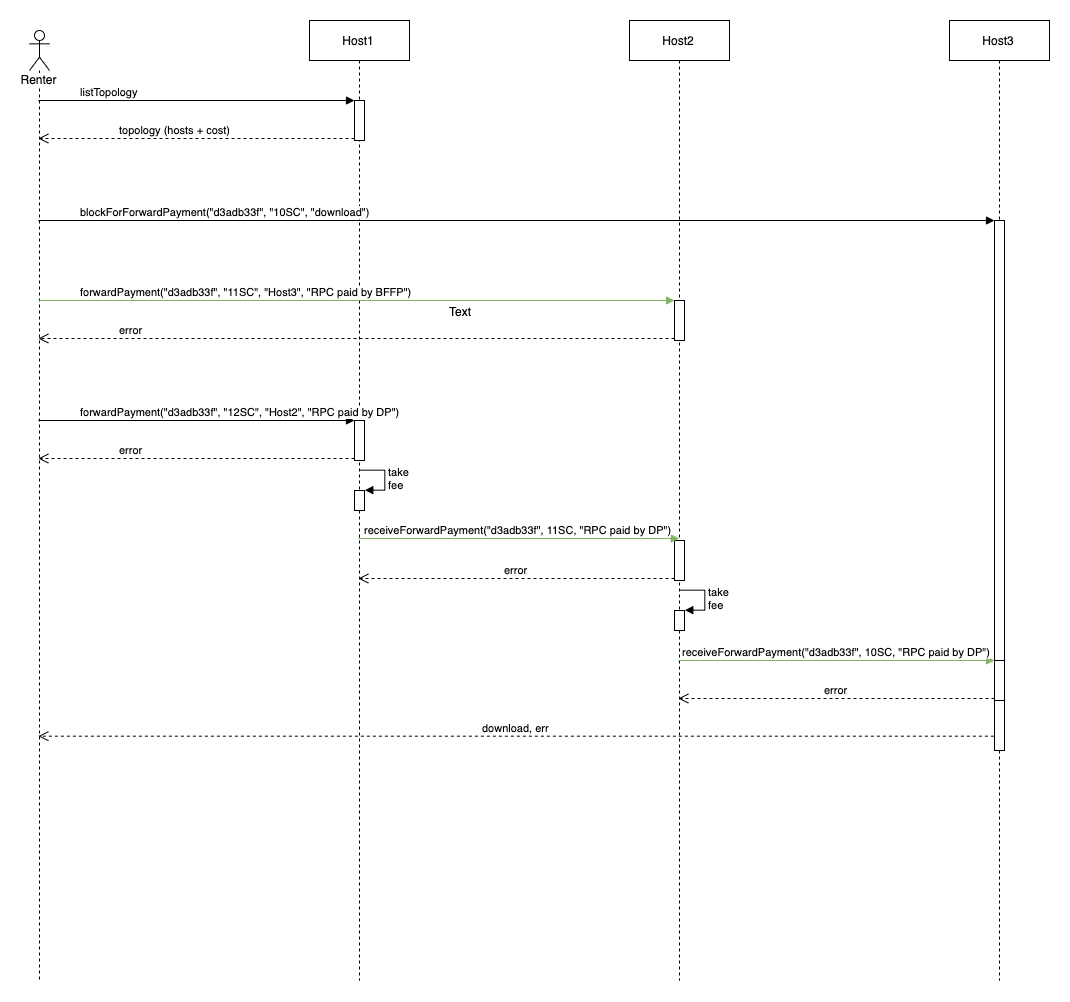
This is doc/assets/paymentrouting.png from pcfreak30/skyd, a draw.io export, as it was before one commit. Source tidied: cells renumbered, new cells last; positions are measured from the earlier drawing's top-left corner, leaving out a move shared by most shapes. The source it was exported from:
```xml
<mxGraphModel>
  <root>
    <mxCell id="0" />
    <mxCell id="1" parent="0" />
    <mxCell id="2" value="Host1" style="shape=umlLifeline;perimeter=lifelinePerimeter;whiteSpace=wrap;html=1;outlineConnect=0;" parent="1" vertex="1">
      <mxGeometry x="280" width="100" height="960" as="geometry" />
    </mxCell>
    <mxCell id="3" style="html=1;points=[];perimeter=orthogonalPerimeter;" parent="2" vertex="1">
      <mxGeometry x="45" y="80" width="10" height="40" as="geometry" />
    </mxCell>
    <mxCell id="4" style="html=1;points=[];perimeter=orthogonalPerimeter;" parent="2" vertex="1">
      <mxGeometry x="45" y="400" width="10" height="40" as="geometry" />
    </mxCell>
    <mxCell id="5" style="html=1;points=[];perimeter=orthogonalPerimeter;fillColor=#ffffff;" parent="2" vertex="1">
      <mxGeometry x="45" y="470" width="10" height="20" as="geometry" />
    </mxCell>
    <mxCell id="6" value="take &lt;br&gt;fee" style="edgeStyle=orthogonalEdgeStyle;html=1;align=left;spacingLeft=2;endArrow=block;rounded=0;entryX=1;entryY=0;" parent="2" edge="1" target="5">
      <mxGeometry relative="1" as="geometry">
        <mxPoint x="50" y="450" as="sourcePoint" />
        <Array as="points">
          <mxPoint x="75" y="450" />
        </Array>
      </mxGeometry>
    </mxCell>
    <mxCell id="7" value="Renter" style="shape=umlLifeline;participant=umlActor;perimeter=lifelinePerimeter;whiteSpace=wrap;html=1;verticalAlign=top;spacingTop=36;labelBackgroundColor=#ffffff;outlineConnect=0;" parent="1" vertex="1">
      <mxGeometry y="10" width="20" height="950" as="geometry" />
    </mxCell>
    <mxCell id="8" value="Host2" style="shape=umlLifeline;perimeter=lifelinePerimeter;whiteSpace=wrap;html=1;outlineConnect=0;fillColor=#ffffff;" parent="1" vertex="1">
      <mxGeometry x="600" width="100" height="960" as="geometry" />
    </mxCell>
    <mxCell id="9" style="html=1;points=[];perimeter=orthogonalPerimeter;" parent="8" vertex="1">
      <mxGeometry x="45" y="280" width="10" height="40" as="geometry" />
    </mxCell>
    <mxCell id="10" style="html=1;points=[];perimeter=orthogonalPerimeter;" parent="8" vertex="1">
      <mxGeometry x="45" y="520" width="10" height="40" as="geometry" />
    </mxCell>
    <mxCell id="11" style="html=1;points=[];perimeter=orthogonalPerimeter;fillColor=#ffffff;" parent="8" vertex="1">
      <mxGeometry x="45" y="590" width="10" height="20" as="geometry" />
    </mxCell>
    <mxCell id="12" value="take&lt;br&gt;fee" style="edgeStyle=orthogonalEdgeStyle;html=1;align=left;spacingLeft=2;endArrow=block;rounded=0;entryX=1;entryY=0;" parent="8" edge="1" target="11">
      <mxGeometry relative="1" as="geometry">
        <mxPoint x="50" y="570" as="sourcePoint" />
        <Array as="points">
          <mxPoint x="75" y="570" />
        </Array>
      </mxGeometry>
    </mxCell>
    <mxCell id="13" value="Host3" style="shape=umlLifeline;perimeter=lifelinePerimeter;whiteSpace=wrap;html=1;" parent="1" vertex="1">
      <mxGeometry x="920" width="100" height="960" as="geometry" />
    </mxCell>
    <mxCell id="14" style="html=1;points=[];perimeter=orthogonalPerimeter;" parent="13" vertex="1">
      <mxGeometry x="45" y="200" width="10" height="530" as="geometry" />
    </mxCell>
    <mxCell id="15" style="html=1;points=[];perimeter=orthogonalPerimeter;" parent="13" vertex="1">
      <mxGeometry x="45" y="640" width="10" height="40" as="geometry" />
    </mxCell>
    <mxCell id="16" value="blockForForwardPayment(&quot;d3adb33f&quot;, &quot;10SC&quot;, &quot;download&quot;)" style="html=1;verticalAlign=bottom;endArrow=block;entryX=0;entryY=0;align=left;" parent="1" edge="1" source="7" target="14">
      <mxGeometry x="-0.91" relative="1" as="geometry" />
    </mxCell>
    <mxCell id="17" value="download, err" style="html=1;verticalAlign=bottom;endArrow=open;dashed=1;endSize=8;exitX=-0.062;exitY=0.973;exitDx=0;exitDy=0;exitPerimeter=0;" parent="1" edge="1" source="14" target="7">
      <mxGeometry relative="1" as="geometry" />
    </mxCell>
    <mxCell id="18" value="receiveForwardPayment(&lt;span style=&quot;text-align: left&quot;&gt;&quot;d3adb33f&quot;, 11SC, &quot;RPC paid by DP&quot;&lt;/span&gt;)" style="html=1;verticalAlign=bottom;endArrow=block;entryX=0.467;entryY=-0.05;entryDx=0;entryDy=0;entryPerimeter=0;fillColor=#d5e8d4;strokeColor=#82b366;" parent="1" edge="1" source="2" target="10">
      <mxGeometry relative="1" as="geometry" />
    </mxCell>
    <mxCell id="19" value="error" style="html=1;verticalAlign=bottom;endArrow=open;dashed=1;endSize=8;exitX=0;exitY=0.95;" parent="1" edge="1" source="10" target="2">
      <mxGeometry relative="1" as="geometry" />
    </mxCell>
    <mxCell id="20" value="forwardPayment(&quot;d3adb33f&quot;, &quot;11SC&quot;, &quot;Host3&quot;, &quot;RPC paid by BFFP&quot;)" style="html=1;verticalAlign=bottom;endArrow=block;entryX=0;entryY=0;align=left;fillColor=#d5e8d4;strokeColor=#82b366;" parent="1" edge="1" source="7" target="9">
      <mxGeometry x="-0.87" relative="1" as="geometry" />
    </mxCell>
    <mxCell id="21" value="error" style="html=1;verticalAlign=bottom;endArrow=open;dashed=1;endSize=8;exitX=0;exitY=0.95;align=left;" parent="1" edge="1" source="9" target="7">
      <mxGeometry x="0.75" relative="1" as="geometry" />
    </mxCell>
    <mxCell id="22" value="listTopology" style="html=1;verticalAlign=bottom;endArrow=block;entryX=0;entryY=0;align=left;" parent="1" edge="1" source="7" target="3">
      <mxGeometry x="-0.75" relative="1" as="geometry" />
    </mxCell>
    <mxCell id="23" value="topology (hosts + cost)" style="html=1;verticalAlign=bottom;endArrow=open;dashed=1;endSize=8;exitX=0;exitY=0.95;align=left;" parent="1" edge="1" source="3" target="7">
      <mxGeometry x="0.49" relative="1" as="geometry" />
    </mxCell>
    <mxCell id="24" value="forwardPayment(&quot;d3adb33f&quot;, &quot;12SC&quot;, &quot;Host2&quot;, &quot;RPC paid by DP&quot;)" style="html=1;verticalAlign=bottom;endArrow=block;entryX=0;entryY=0;align=left;" parent="1" edge="1" source="7" target="4">
      <mxGeometry x="-0.75" relative="1" as="geometry" />
    </mxCell>
    <mxCell id="25" value="error" style="html=1;verticalAlign=bottom;endArrow=open;dashed=1;endSize=8;exitX=0;exitY=0.95;align=left;" parent="1" edge="1" source="4" target="7">
      <mxGeometry x="0.49" relative="1" as="geometry" />
    </mxCell>
    <mxCell id="26" value="error" style="html=1;verticalAlign=bottom;endArrow=open;dashed=1;endSize=8;exitX=0;exitY=0.95;" parent="1" edge="1" source="15" target="8">
      <mxGeometry relative="1" as="geometry" />
    </mxCell>
    <mxCell id="27" value="receiveForwardPayment(&lt;span style=&quot;text-align: left&quot;&gt;&quot;d3adb33f&quot;, 10SC, &quot;RPC paid by DP&quot;&lt;/span&gt;)" style="html=1;verticalAlign=bottom;endArrow=block;fillColor=#d5e8d4;strokeColor=#82b366;" parent="1" edge="1" source="8" target="15">
      <mxGeometry relative="1" as="geometry" />
    </mxCell>
    <mxCell id="28" value="Text" style="text;html=1;align=left;verticalAlign=top;spacingTop=-4;" parent="1" vertex="1">
      <mxGeometry x="418" y="282" width="40" height="20" as="geometry" />
    </mxCell>
  </root>
</mxGraphModel>
```
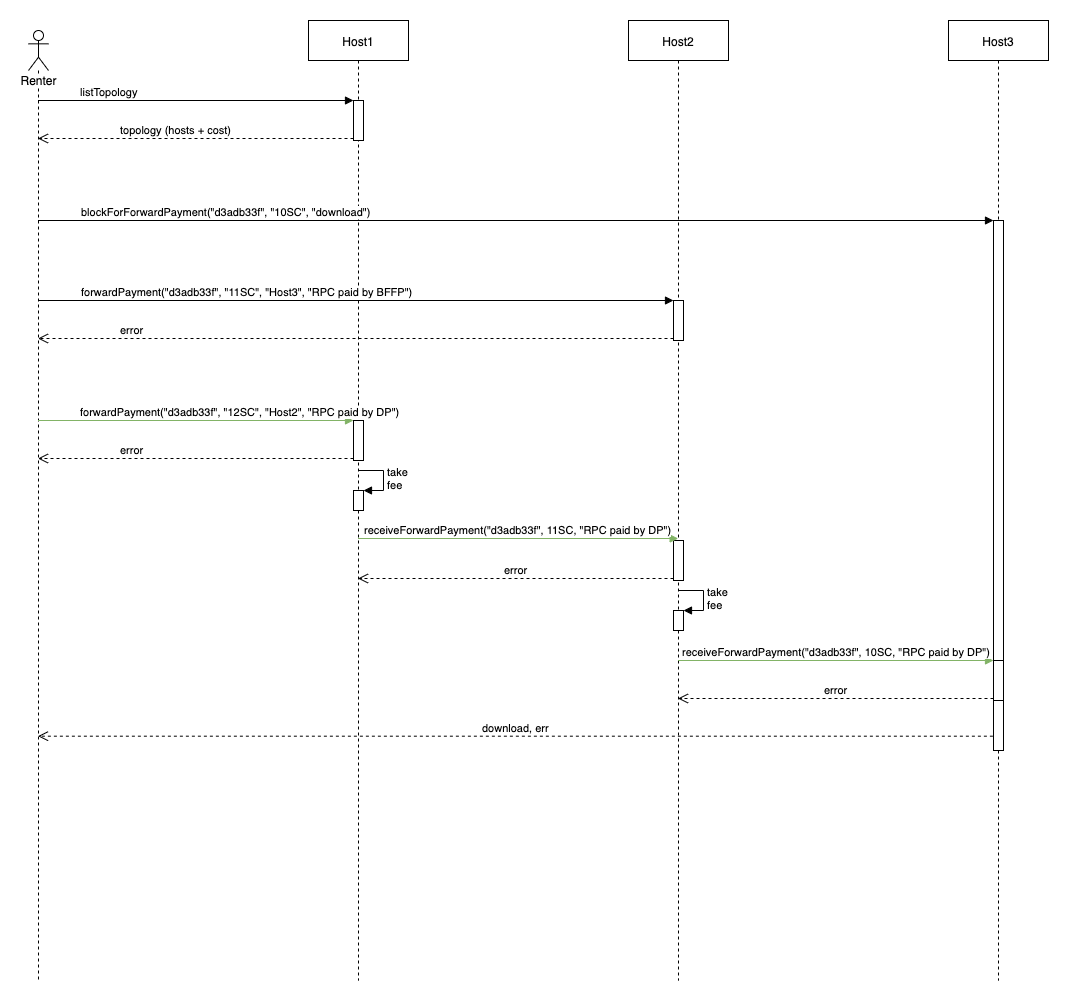
The same diagram one commit later.

Diff of the diagram source:
```diff
@@ -66,7 +66,7 @@
     <mxCell id="19" value="error" style="html=1;verticalAlign=bottom;endArrow=open;dashed=1;endSize=8;exitX=0;exitY=0.95;" parent="1" edge="1" source="10" target="2">
       <mxGeometry relative="1" as="geometry" />
     </mxCell>
-    <mxCell id="20" value="forwardPayment(&quot;d3adb33f&quot;, &quot;11SC&quot;, &quot;Host3&quot;, &quot;RPC paid by BFFP&quot;)" style="html=1;verticalAlign=bottom;endArrow=block;entryX=0;entryY=0;align=left;fillColor=#d5e8d4;strokeColor=#82b366;" parent="1" edge="1" source="7" target="9">
+    <mxCell id="20" value="forwardPayment(&quot;d3adb33f&quot;, &quot;11SC&quot;, &quot;Host3&quot;, &quot;RPC paid by BFFP&quot;)" style="html=1;verticalAlign=bottom;endArrow=block;entryX=0;entryY=0;align=left;" parent="1" edge="1" source="7" target="9">
       <mxGeometry x="-0.87" relative="1" as="geometry" />
     </mxCell>
     <mxCell id="21" value="error" style="html=1;verticalAlign=bottom;endArrow=open;dashed=1;endSize=8;exitX=0;exitY=0.95;align=left;" parent="1" edge="1" source="9" target="7">
@@ -78,7 +78,7 @@
     <mxCell id="23" value="topology (hosts + cost)" style="html=1;verticalAlign=bottom;endArrow=open;dashed=1;endSize=8;exitX=0;exitY=0.95;align=left;" parent="1" edge="1" source="3" target="7">
       <mxGeometry x="0.49" relative="1" as="geometry" />
     </mxCell>
-    <mxCell id="24" value="forwardPayment(&quot;d3adb33f&quot;, &quot;12SC&quot;, &quot;Host2&quot;, &quot;RPC paid by DP&quot;)" style="html=1;verticalAlign=bottom;endArrow=block;entryX=0;entryY=0;align=left;" parent="1" edge="1" source="7" target="4">
+    <mxCell id="24" value="forwardPayment(&quot;d3adb33f&quot;, &quot;12SC&quot;, &quot;Host2&quot;, &quot;RPC paid by DP&quot;)" style="html=1;verticalAlign=bottom;endArrow=block;entryX=0;entryY=0;align=left;fillColor=#d5e8d4;strokeColor=#82b366;" parent="1" edge="1" source="7" target="4">
       <mxGeometry x="-0.75" relative="1" as="geometry" />
     </mxCell>
     <mxCell id="25" value="error" style="html=1;verticalAlign=bottom;endArrow=open;dashed=1;endSize=8;exitX=0;exitY=0.95;align=left;" parent="1" edge="1" source="4" target="7">
@@ -90,8 +90,5 @@
     <mxCell id="27" value="receiveForwardPayment(&lt;span style=&quot;text-align: left&quot;&gt;&quot;d3adb33f&quot;, 10SC, &quot;RPC paid by DP&quot;&lt;/span&gt;)" style="html=1;verticalAlign=bottom;endArrow=block;fillColor=#d5e8d4;strokeColor=#82b366;" parent="1" edge="1" source="8" target="15">
       <mxGeometry relative="1" as="geometry" />
     </mxCell>
-    <mxCell id="28" value="Text" style="text;html=1;align=left;verticalAlign=top;spacingTop=-4;" parent="1" vertex="1">
-      <mxGeometry x="418" y="282" width="40" height="20" as="geometry" />
-    </mxCell>
   </root>
 </mxGraphModel>
```
